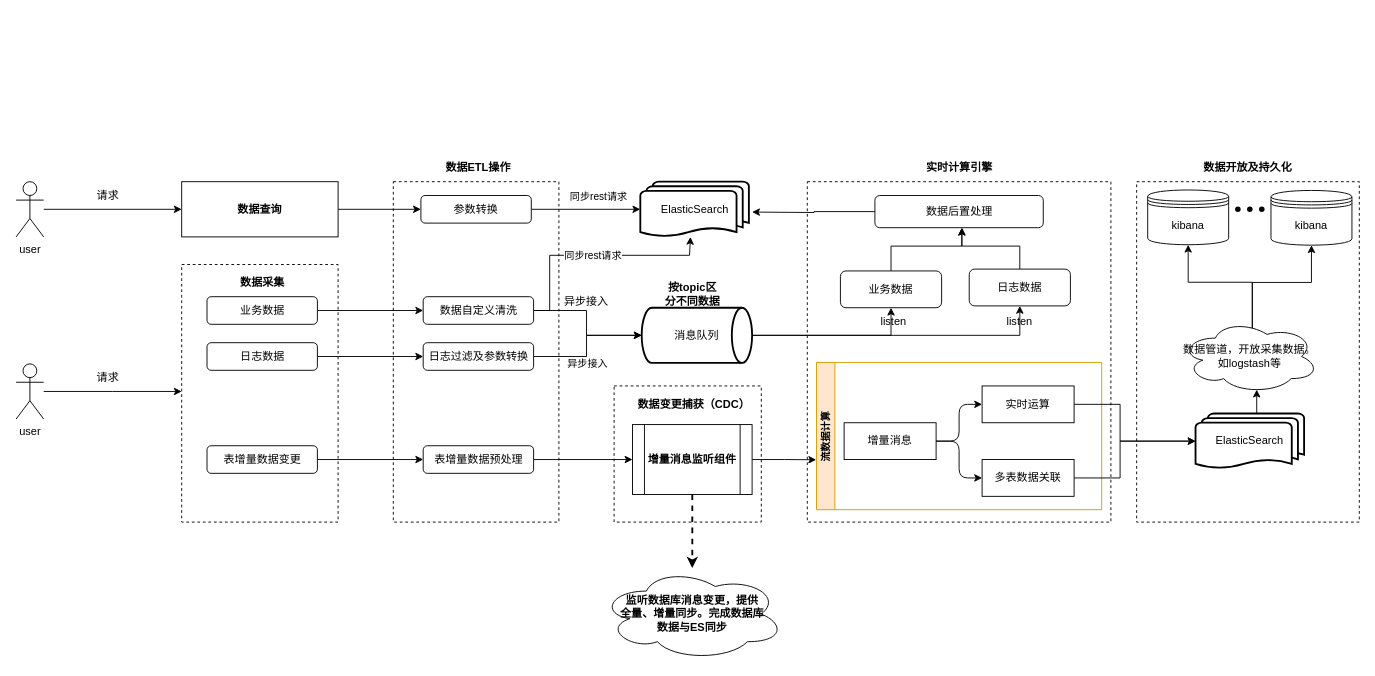
NjuptMei/DrowIo keeps this draw.io diagram as 绘图文件/cims-elasticSearch全流程.drawio. Above is the earlier version. Source tidied: cells renumbered, new cells numbered last; positions are measured from the earlier drawing's top-left corner, leaving out a move shared by most shapes. Both pictures are drawn from the tidied source at 92%, with x=0, y=0 at pixel (16, 154).
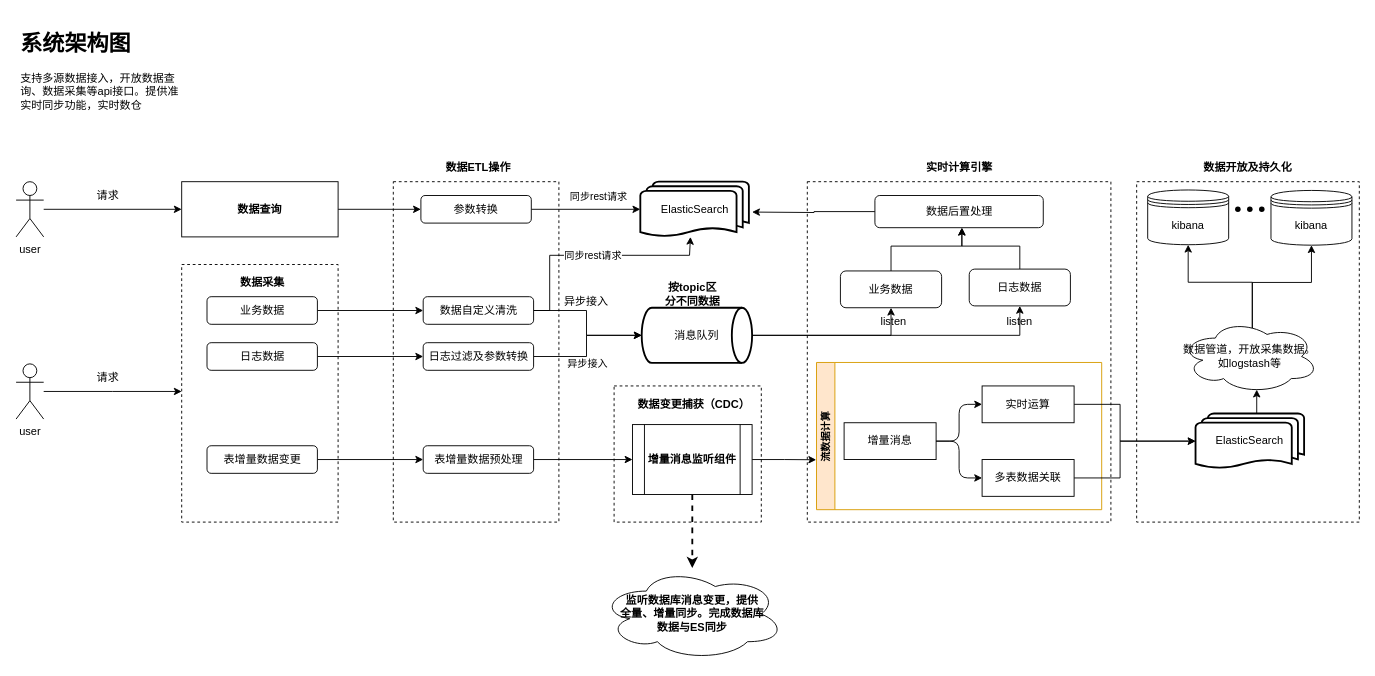
After the change.

Commit message (it also covers changes not shown here):
更新cims-elasticSearch全流程.drawio

Diff of the diagram source:
```diff
@@
+    <mxCell id="74" value="&lt;h1&gt;系统架构图&lt;/h1&gt;&lt;p&gt;支持多源数据接入，开放数据查询、数据采集等api接口。提供准实时同步功能，实时数仓&lt;/p&gt;" style="text;html=1;strokeColor=none;fillColor=none;spacing=5;spacingTop=-20;whiteSpace=wrap;overflow=hidden;rounded=0;" parent="1" vertex="1">
+      <mxGeometry y="-140" width="190" height="120" as="geometry" />
+    </mxCell>
```
